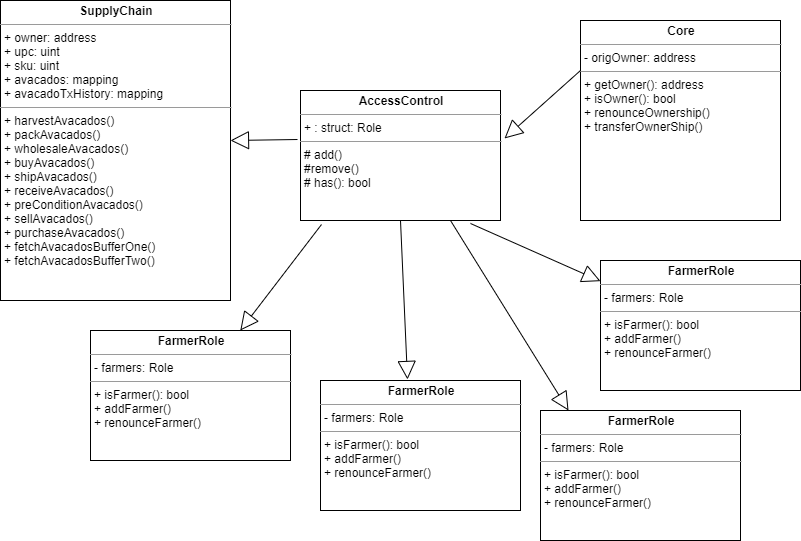
Before: diagrams/ClassDiagram.png, a diagram exported from draw.io (imdad15/SupplyChainDapp). Source tidied: cells renumbered, new cells last; positions are measured from the earlier drawing's top-left corner, leaving out a move shared by most shapes. Its diagram source:
```xml
<mxGraphModel>
  <root>
    <mxCell id="0" />
    <mxCell id="1" parent="0" />
    <mxCell id="2" value="&lt;p style=&quot;margin: 0px ; margin-top: 4px ; text-align: center&quot;&gt;&lt;b&gt;AccessControl&lt;/b&gt;&lt;/p&gt;&lt;hr size=&quot;1&quot;&gt;&lt;p style=&quot;margin: 0px ; margin-left: 4px&quot;&gt;+ : struct: Role&lt;/p&gt;&lt;hr size=&quot;1&quot;&gt;&lt;p style=&quot;margin: 0px ; margin-left: 4px&quot;&gt;# add()&lt;/p&gt;&lt;p style=&quot;margin: 0px ; margin-left: 4px&quot;&gt;#remove()&lt;/p&gt;&lt;p style=&quot;margin: 0px ; margin-left: 4px&quot;&gt;# has(): bool&lt;/p&gt;" style="verticalAlign=top;align=left;overflow=fill;fontSize=12;fontFamily=Helvetica;html=1;" parent="1" vertex="1">
      <mxGeometry x="300" y="90" width="200" height="130" as="geometry" />
    </mxCell>
    <mxCell id="3" value="&lt;p style=&quot;margin: 0px ; margin-top: 4px ; text-align: center&quot;&gt;&lt;b&gt;SupplyChain&lt;/b&gt;&lt;/p&gt;&lt;hr size=&quot;1&quot;&gt;&lt;p style=&quot;margin: 0px ; margin-left: 4px&quot;&gt;+ owner: address&lt;/p&gt;&lt;p style=&quot;margin: 0px ; margin-left: 4px&quot;&gt;+ upc: uint&lt;/p&gt;&lt;p style=&quot;margin: 0px ; margin-left: 4px&quot;&gt;+ sku: uint&lt;/p&gt;&lt;p style=&quot;margin: 0px ; margin-left: 4px&quot;&gt;+ avacados: mapping&lt;/p&gt;&lt;p style=&quot;margin: 0px ; margin-left: 4px&quot;&gt;+ avacadoTxHistory: mapping&lt;/p&gt;&lt;hr size=&quot;1&quot;&gt;&lt;p style=&quot;margin: 0px ; margin-left: 4px&quot;&gt;+ harvestAvacados()&lt;/p&gt;&lt;p style=&quot;margin: 0px ; margin-left: 4px&quot;&gt;+ packAvacados()&lt;/p&gt;&lt;p style=&quot;margin: 0px ; margin-left: 4px&quot;&gt;+ wholesaleAvacados()&lt;/p&gt;&lt;p style=&quot;margin: 0px ; margin-left: 4px&quot;&gt;+ buyAvacados()&lt;/p&gt;&lt;p style=&quot;margin: 0px ; margin-left: 4px&quot;&gt;+ shipAvacados()&lt;/p&gt;&lt;p style=&quot;margin: 0px ; margin-left: 4px&quot;&gt;+ receiveAvacados()&lt;/p&gt;&lt;p style=&quot;margin: 0px ; margin-left: 4px&quot;&gt;+ preConditionAvacados()&lt;/p&gt;&lt;p style=&quot;margin: 0px ; margin-left: 4px&quot;&gt;+ sellAvacados()&lt;/p&gt;&lt;p style=&quot;margin: 0px ; margin-left: 4px&quot;&gt;+ purchaseAvacados()&lt;/p&gt;&lt;p style=&quot;margin: 0px ; margin-left: 4px&quot;&gt;+ fetchAvacadosBufferOne()&lt;/p&gt;&lt;p style=&quot;margin: 0px ; margin-left: 4px&quot;&gt;+ fetchAvacadosBufferTwo()&lt;/p&gt;&lt;p style=&quot;margin: 0px ; margin-left: 4px&quot;&gt;&lt;br&gt;&lt;/p&gt;&lt;p style=&quot;margin: 0px ; margin-left: 4px&quot;&gt;&lt;br&gt;&lt;/p&gt;" style="verticalAlign=top;align=left;overflow=fill;fontSize=12;fontFamily=Helvetica;html=1;" parent="1" vertex="1">
      <mxGeometry width="230" height="300" as="geometry" />
    </mxCell>
    <mxCell id="4" value="&lt;p style=&quot;margin: 0px ; margin-top: 4px ; text-align: center&quot;&gt;&lt;b&gt;Core&lt;/b&gt;&lt;/p&gt;&lt;hr size=&quot;1&quot;&gt;&lt;p style=&quot;margin: 0px ; margin-left: 4px&quot;&gt;- origOwner: address&lt;/p&gt;&lt;hr size=&quot;1&quot;&gt;&lt;p style=&quot;margin: 0px ; margin-left: 4px&quot;&gt;+ getOwner(): address&lt;/p&gt;&lt;p style=&quot;margin: 0px ; margin-left: 4px&quot;&gt;+ isOwner(): bool&lt;/p&gt;&lt;p style=&quot;margin: 0px ; margin-left: 4px&quot;&gt;+ renounceOwnership()&lt;/p&gt;&lt;p style=&quot;margin: 0px ; margin-left: 4px&quot;&gt;+ transferOwnerShip()&lt;/p&gt;" style="verticalAlign=top;align=left;overflow=fill;fontSize=12;fontFamily=Helvetica;html=1;" parent="1" vertex="1">
      <mxGeometry x="580" y="20" width="200" height="200" as="geometry" />
    </mxCell>
    <mxCell id="5" style="endArrow=block;endSize=16;endFill=0;html=1;exitX=0;exitY=0.25;exitDx=0;exitDy=0;entryX=1.015;entryY=0.369;entryDx=0;entryDy=0;entryPerimeter=0;" parent="1" edge="1" source="4">
      <mxGeometry x="-0.08" y="71" relative="1" as="geometry">
        <mxPoint x="504" y="138" as="targetPoint" />
      </mxGeometry>
    </mxCell>
    <mxCell id="6" style="endArrow=block;endSize=16;endFill=0;html=1;exitX=-0.015;exitY=0.377;exitDx=0;exitDy=0;entryX=1.015;entryY=0.369;entryDx=0;entryDy=0;entryPerimeter=0;exitPerimeter=0;" parent="1" edge="1" source="2">
      <mxGeometry x="-0.08" y="71" relative="1" as="geometry">
        <mxPoint x="230" y="140" as="targetPoint" />
      </mxGeometry>
    </mxCell>
    <mxCell id="7" value="&lt;p style=&quot;margin: 0px ; margin-top: 4px ; text-align: center&quot;&gt;&lt;b&gt;FarmerRole&lt;/b&gt;&lt;/p&gt;&lt;hr size=&quot;1&quot;&gt;&lt;p style=&quot;margin: 0px ; margin-left: 4px&quot;&gt;- farmers: Role&lt;/p&gt;&lt;hr size=&quot;1&quot;&gt;&lt;p style=&quot;margin: 0px ; margin-left: 4px&quot;&gt;+ isFarmer(): bool&lt;/p&gt;&lt;p style=&quot;margin: 0px ; margin-left: 4px&quot;&gt;+ addFarmer()&lt;/p&gt;&lt;p style=&quot;margin: 0px ; margin-left: 4px&quot;&gt;+ renounceFarmer()&lt;/p&gt;" style="verticalAlign=top;align=left;overflow=fill;fontSize=12;fontFamily=Helvetica;html=1;" parent="1" vertex="1">
      <mxGeometry x="90" y="330" width="200" height="130" as="geometry" />
    </mxCell>
    <mxCell id="8" value="&lt;p style=&quot;margin: 0px ; margin-top: 4px ; text-align: center&quot;&gt;&lt;b&gt;FarmerRole&lt;/b&gt;&lt;/p&gt;&lt;hr size=&quot;1&quot;&gt;&lt;p style=&quot;margin: 0px ; margin-left: 4px&quot;&gt;- farmers: Role&lt;/p&gt;&lt;hr size=&quot;1&quot;&gt;&lt;p style=&quot;margin: 0px ; margin-left: 4px&quot;&gt;+ isFarmer(): bool&lt;/p&gt;&lt;p style=&quot;margin: 0px ; margin-left: 4px&quot;&gt;+ addFarmer()&lt;/p&gt;&lt;p style=&quot;margin: 0px ; margin-left: 4px&quot;&gt;+ renounceFarmer()&lt;/p&gt;" style="verticalAlign=top;align=left;overflow=fill;fontSize=12;fontFamily=Helvetica;html=1;" parent="1" vertex="1">
      <mxGeometry x="320" y="380" width="200" height="130" as="geometry" />
    </mxCell>
    <mxCell id="9" value="&lt;p style=&quot;margin: 0px ; margin-top: 4px ; text-align: center&quot;&gt;&lt;b&gt;FarmerRole&lt;/b&gt;&lt;/p&gt;&lt;hr size=&quot;1&quot;&gt;&lt;p style=&quot;margin: 0px ; margin-left: 4px&quot;&gt;- farmers: Role&lt;/p&gt;&lt;hr size=&quot;1&quot;&gt;&lt;p style=&quot;margin: 0px ; margin-left: 4px&quot;&gt;+ isFarmer(): bool&lt;/p&gt;&lt;p style=&quot;margin: 0px ; margin-left: 4px&quot;&gt;+ addFarmer()&lt;/p&gt;&lt;p style=&quot;margin: 0px ; margin-left: 4px&quot;&gt;+ renounceFarmer()&lt;/p&gt;" style="verticalAlign=top;align=left;overflow=fill;fontSize=12;fontFamily=Helvetica;html=1;" parent="1" vertex="1">
      <mxGeometry x="540" y="410" width="200" height="130" as="geometry" />
    </mxCell>
    <mxCell id="10" value="&lt;p style=&quot;margin: 0px ; margin-top: 4px ; text-align: center&quot;&gt;&lt;b&gt;FarmerRole&lt;/b&gt;&lt;/p&gt;&lt;hr size=&quot;1&quot;&gt;&lt;p style=&quot;margin: 0px ; margin-left: 4px&quot;&gt;- farmers: Role&lt;/p&gt;&lt;hr size=&quot;1&quot;&gt;&lt;p style=&quot;margin: 0px ; margin-left: 4px&quot;&gt;+ isFarmer(): bool&lt;/p&gt;&lt;p style=&quot;margin: 0px ; margin-left: 4px&quot;&gt;+ addFarmer()&lt;/p&gt;&lt;p style=&quot;margin: 0px ; margin-left: 4px&quot;&gt;+ renounceFarmer()&lt;/p&gt;" style="verticalAlign=top;align=left;overflow=fill;fontSize=12;fontFamily=Helvetica;html=1;" parent="1" vertex="1">
      <mxGeometry x="600" y="260" width="200" height="130" as="geometry" />
    </mxCell>
    <mxCell id="11" style="endArrow=block;endSize=16;endFill=0;html=1;exitX=0.105;exitY=1.031;exitDx=0;exitDy=0;exitPerimeter=0;" parent="1" edge="1" source="2" target="7">
      <mxGeometry x="-0.08" y="71" relative="1" as="geometry" />
    </mxCell>
    <mxCell id="12" style="endArrow=block;endSize=16;endFill=0;html=1;exitX=0.5;exitY=1;exitDx=0;exitDy=0;entryX=0.435;entryY=-0.008;entryDx=0;entryDy=0;entryPerimeter=0;" parent="1" edge="1" source="2" target="8">
      <mxGeometry x="-0.08" y="71" relative="1" as="geometry" />
    </mxCell>
    <mxCell id="13" style="endArrow=block;endSize=16;endFill=0;html=1;exitX=0.75;exitY=1;exitDx=0;exitDy=0;entryX=0.14;entryY=0;entryDx=0;entryDy=0;entryPerimeter=0;" parent="1" edge="1" source="2" target="9">
      <mxGeometry x="-0.08" y="71" relative="1" as="geometry" />
    </mxCell>
    <mxCell id="14" style="endArrow=block;endSize=16;endFill=0;html=1;exitX=0.85;exitY=1.023;exitDx=0;exitDy=0;exitPerimeter=0;" parent="1" edge="1" source="2" target="10">
      <mxGeometry x="-0.08" y="71" relative="1" as="geometry" />
    </mxCell>
  </root>
</mxGraphModel>
```
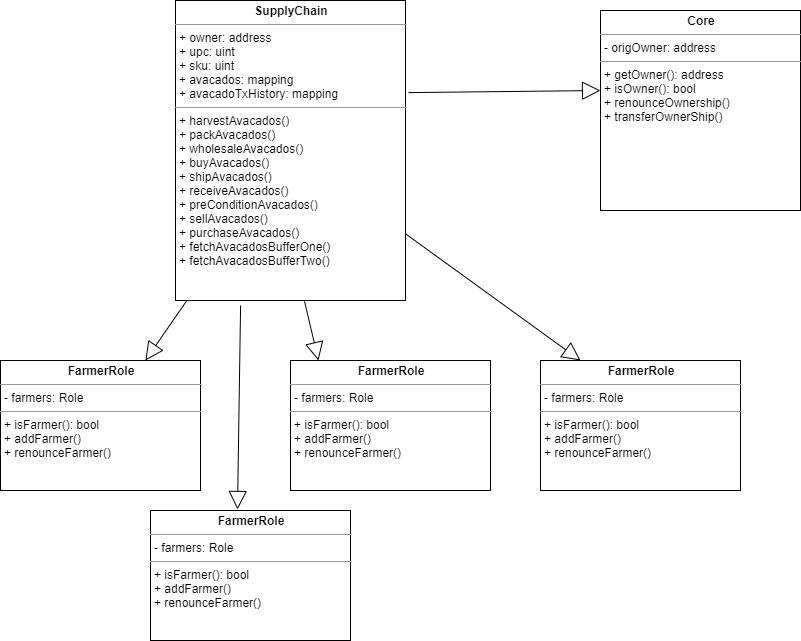
Later version of the same file.

Commit message:
Remove Ownable from accesscontrol contracts

The edit, as a diff of the source:
```diff
@@ -2,48 +2,40 @@
   <root>
     <mxCell id="0" />
     <mxCell id="1" parent="0" />
-    <mxCell id="2" value="&lt;p style=&quot;margin: 0px ; margin-top: 4px ; text-align: center&quot;&gt;&lt;b&gt;AccessControl&lt;/b&gt;&lt;/p&gt;&lt;hr size=&quot;1&quot;&gt;&lt;p style=&quot;margin: 0px ; margin-left: 4px&quot;&gt;+ : struct: Role&lt;/p&gt;&lt;hr size=&quot;1&quot;&gt;&lt;p style=&quot;margin: 0px ; margin-left: 4px&quot;&gt;# add()&lt;/p&gt;&lt;p style=&quot;margin: 0px ; margin-left: 4px&quot;&gt;#remove()&lt;/p&gt;&lt;p style=&quot;margin: 0px ; margin-left: 4px&quot;&gt;# has(): bool&lt;/p&gt;" style="verticalAlign=top;align=left;overflow=fill;fontSize=12;fontFamily=Helvetica;html=1;" parent="1" vertex="1">
-      <mxGeometry x="300" y="90" width="200" height="130" as="geometry" />
-    </mxCell>
     <mxCell id="3" value="&lt;p style=&quot;margin: 0px ; margin-top: 4px ; text-align: center&quot;&gt;&lt;b&gt;SupplyChain&lt;/b&gt;&lt;/p&gt;&lt;hr size=&quot;1&quot;&gt;&lt;p style=&quot;margin: 0px ; margin-left: 4px&quot;&gt;+ owner: address&lt;/p&gt;&lt;p style=&quot;margin: 0px ; margin-left: 4px&quot;&gt;+ upc: uint&lt;/p&gt;&lt;p style=&quot;margin: 0px ; margin-left: 4px&quot;&gt;+ sku: uint&lt;/p&gt;&lt;p style=&quot;margin: 0px ; margin-left: 4px&quot;&gt;+ avacados: mapping&lt;/p&gt;&lt;p style=&quot;margin: 0px ; margin-left: 4px&quot;&gt;+ avacadoTxHistory: mapping&lt;/p&gt;&lt;hr size=&quot;1&quot;&gt;&lt;p style=&quot;margin: 0px ; margin-left: 4px&quot;&gt;+ harvestAvacados()&lt;/p&gt;&lt;p style=&quot;margin: 0px ; margin-left: 4px&quot;&gt;+ packAvacados()&lt;/p&gt;&lt;p style=&quot;margin: 0px ; margin-left: 4px&quot;&gt;+ wholesaleAvacados()&lt;/p&gt;&lt;p style=&quot;margin: 0px ; margin-left: 4px&quot;&gt;+ buyAvacados()&lt;/p&gt;&lt;p style=&quot;margin: 0px ; margin-left: 4px&quot;&gt;+ shipAvacados()&lt;/p&gt;&lt;p style=&quot;margin: 0px ; margin-left: 4px&quot;&gt;+ receiveAvacados()&lt;/p&gt;&lt;p style=&quot;margin: 0px ; margin-left: 4px&quot;&gt;+ preConditionAvacados()&lt;/p&gt;&lt;p style=&quot;margin: 0px ; margin-left: 4px&quot;&gt;+ sellAvacados()&lt;/p&gt;&lt;p style=&quot;margin: 0px ; margin-left: 4px&quot;&gt;+ purchaseAvacados()&lt;/p&gt;&lt;p style=&quot;margin: 0px ; margin-left: 4px&quot;&gt;+ fetchAvacadosBufferOne()&lt;/p&gt;&lt;p style=&quot;margin: 0px ; margin-left: 4px&quot;&gt;+ fetchAvacadosBufferTwo()&lt;/p&gt;&lt;p style=&quot;margin: 0px ; margin-left: 4px&quot;&gt;&lt;br&gt;&lt;/p&gt;&lt;p style=&quot;margin: 0px ; margin-left: 4px&quot;&gt;&lt;br&gt;&lt;/p&gt;" style="verticalAlign=top;align=left;overflow=fill;fontSize=12;fontFamily=Helvetica;html=1;" parent="1" vertex="1">
-      <mxGeometry width="230" height="300" as="geometry" />
+      <mxGeometry x="155" y="10" width="230" height="300" as="geometry" />
     </mxCell>
     <mxCell id="4" value="&lt;p style=&quot;margin: 0px ; margin-top: 4px ; text-align: center&quot;&gt;&lt;b&gt;Core&lt;/b&gt;&lt;/p&gt;&lt;hr size=&quot;1&quot;&gt;&lt;p style=&quot;margin: 0px ; margin-left: 4px&quot;&gt;- origOwner: address&lt;/p&gt;&lt;hr size=&quot;1&quot;&gt;&lt;p style=&quot;margin: 0px ; margin-left: 4px&quot;&gt;+ getOwner(): address&lt;/p&gt;&lt;p style=&quot;margin: 0px ; margin-left: 4px&quot;&gt;+ isOwner(): bool&lt;/p&gt;&lt;p style=&quot;margin: 0px ; margin-left: 4px&quot;&gt;+ renounceOwnership()&lt;/p&gt;&lt;p style=&quot;margin: 0px ; margin-left: 4px&quot;&gt;+ transferOwnerShip()&lt;/p&gt;" style="verticalAlign=top;align=left;overflow=fill;fontSize=12;fontFamily=Helvetica;html=1;" parent="1" vertex="1">
       <mxGeometry x="580" y="20" width="200" height="200" as="geometry" />
     </mxCell>
-    <mxCell id="5" style="endArrow=block;endSize=16;endFill=0;html=1;exitX=0;exitY=0.25;exitDx=0;exitDy=0;entryX=1.015;entryY=0.369;entryDx=0;entryDy=0;entryPerimeter=0;" parent="1" edge="1" source="4">
-      <mxGeometry x="-0.08" y="71" relative="1" as="geometry">
-        <mxPoint x="504" y="138" as="targetPoint" />
-      </mxGeometry>
+    <mxCell id="5" style="endArrow=block;endSize=16;endFill=0;html=1;exitX=1.013;exitY=0.307;exitDx=0;exitDy=0;entryX=0;entryY=0.4;entryDx=0;entryDy=0;entryPerimeter=0;exitPerimeter=0;" parent="1" edge="1" source="3" target="4">
+      <mxGeometry x="-0.08" y="71" relative="1" as="geometry" />
     </mxCell>
-    <mxCell id="6" style="endArrow=block;endSize=16;endFill=0;html=1;exitX=-0.015;exitY=0.377;exitDx=0;exitDy=0;entryX=1.015;entryY=0.369;entryDx=0;entryDy=0;entryPerimeter=0;exitPerimeter=0;" parent="1" edge="1" source="2">
-      <mxGeometry x="-0.08" y="71" relative="1" as="geometry">
-        <mxPoint x="230" y="140" as="targetPoint" />
-      </mxGeometry>
-    </mxCell>
     <mxCell id="7" value="&lt;p style=&quot;margin: 0px ; margin-top: 4px ; text-align: center&quot;&gt;&lt;b&gt;FarmerRole&lt;/b&gt;&lt;/p&gt;&lt;hr size=&quot;1&quot;&gt;&lt;p style=&quot;margin: 0px ; margin-left: 4px&quot;&gt;- farmers: Role&lt;/p&gt;&lt;hr size=&quot;1&quot;&gt;&lt;p style=&quot;margin: 0px ; margin-left: 4px&quot;&gt;+ isFarmer(): bool&lt;/p&gt;&lt;p style=&quot;margin: 0px ; margin-left: 4px&quot;&gt;+ addFarmer()&lt;/p&gt;&lt;p style=&quot;margin: 0px ; margin-left: 4px&quot;&gt;+ renounceFarmer()&lt;/p&gt;" style="verticalAlign=top;align=left;overflow=fill;fontSize=12;fontFamily=Helvetica;html=1;" parent="1" vertex="1">
-      <mxGeometry x="90" y="330" width="200" height="130" as="geometry" />
+      <mxGeometry x="-20" y="370" width="200" height="130" as="geometry" />
     </mxCell>
     <mxCell id="8" value="&lt;p style=&quot;margin: 0px ; margin-top: 4px ; text-align: center&quot;&gt;&lt;b&gt;FarmerRole&lt;/b&gt;&lt;/p&gt;&lt;hr size=&quot;1&quot;&gt;&lt;p style=&quot;margin: 0px ; margin-left: 4px&quot;&gt;- farmers: Role&lt;/p&gt;&lt;hr size=&quot;1&quot;&gt;&lt;p style=&quot;margin: 0px ; margin-left: 4px&quot;&gt;+ isFarmer(): bool&lt;/p&gt;&lt;p style=&quot;margin: 0px ; margin-left: 4px&quot;&gt;+ addFarmer()&lt;/p&gt;&lt;p style=&quot;margin: 0px ; margin-left: 4px&quot;&gt;+ renounceFarmer()&lt;/p&gt;" style="verticalAlign=top;align=left;overflow=fill;fontSize=12;fontFamily=Helvetica;html=1;" parent="1" vertex="1">
-      <mxGeometry x="320" y="380" width="200" height="130" as="geometry" />
+      <mxGeometry x="130" y="520" width="200" height="130" as="geometry" />
     </mxCell>
     <mxCell id="9" value="&lt;p style=&quot;margin: 0px ; margin-top: 4px ; text-align: center&quot;&gt;&lt;b&gt;FarmerRole&lt;/b&gt;&lt;/p&gt;&lt;hr size=&quot;1&quot;&gt;&lt;p style=&quot;margin: 0px ; margin-left: 4px&quot;&gt;- farmers: Role&lt;/p&gt;&lt;hr size=&quot;1&quot;&gt;&lt;p style=&quot;margin: 0px ; margin-left: 4px&quot;&gt;+ isFarmer(): bool&lt;/p&gt;&lt;p style=&quot;margin: 0px ; margin-left: 4px&quot;&gt;+ addFarmer()&lt;/p&gt;&lt;p style=&quot;margin: 0px ; margin-left: 4px&quot;&gt;+ renounceFarmer()&lt;/p&gt;" style="verticalAlign=top;align=left;overflow=fill;fontSize=12;fontFamily=Helvetica;html=1;" parent="1" vertex="1">
-      <mxGeometry x="540" y="410" width="200" height="130" as="geometry" />
+      <mxGeometry x="270" y="370" width="200" height="130" as="geometry" />
     </mxCell>
     <mxCell id="10" value="&lt;p style=&quot;margin: 0px ; margin-top: 4px ; text-align: center&quot;&gt;&lt;b&gt;FarmerRole&lt;/b&gt;&lt;/p&gt;&lt;hr size=&quot;1&quot;&gt;&lt;p style=&quot;margin: 0px ; margin-left: 4px&quot;&gt;- farmers: Role&lt;/p&gt;&lt;hr size=&quot;1&quot;&gt;&lt;p style=&quot;margin: 0px ; margin-left: 4px&quot;&gt;+ isFarmer(): bool&lt;/p&gt;&lt;p style=&quot;margin: 0px ; margin-left: 4px&quot;&gt;+ addFarmer()&lt;/p&gt;&lt;p style=&quot;margin: 0px ; margin-left: 4px&quot;&gt;+ renounceFarmer()&lt;/p&gt;" style="verticalAlign=top;align=left;overflow=fill;fontSize=12;fontFamily=Helvetica;html=1;" parent="1" vertex="1">
-      <mxGeometry x="600" y="260" width="200" height="130" as="geometry" />
+      <mxGeometry x="520" y="370" width="200" height="130" as="geometry" />
     </mxCell>
-    <mxCell id="11" style="endArrow=block;endSize=16;endFill=0;html=1;exitX=0.105;exitY=1.031;exitDx=0;exitDy=0;exitPerimeter=0;" parent="1" edge="1" source="2" target="7">
+    <mxCell id="11" style="endArrow=block;endSize=16;endFill=0;html=1;" parent="1" edge="1" source="3" target="7">
       <mxGeometry x="-0.08" y="71" relative="1" as="geometry" />
     </mxCell>
-    <mxCell id="12" style="endArrow=block;endSize=16;endFill=0;html=1;exitX=0.5;exitY=1;exitDx=0;exitDy=0;entryX=0.435;entryY=-0.008;entryDx=0;entryDy=0;entryPerimeter=0;" parent="1" edge="1" source="2" target="8">
+    <mxCell id="12" style="endArrow=block;endSize=16;endFill=0;html=1;exitX=0.283;exitY=1.017;exitDx=0;exitDy=0;entryX=0.435;entryY=-0.008;entryDx=0;entryDy=0;entryPerimeter=0;exitPerimeter=0;" parent="1" edge="1" source="3" target="8">
       <mxGeometry x="-0.08" y="71" relative="1" as="geometry" />
     </mxCell>
-    <mxCell id="13" style="endArrow=block;endSize=16;endFill=0;html=1;exitX=0.75;exitY=1;exitDx=0;exitDy=0;entryX=0.14;entryY=0;entryDx=0;entryDy=0;entryPerimeter=0;" parent="1" edge="1" source="2" target="9">
+    <mxCell id="13" style="endArrow=block;endSize=16;endFill=0;html=1;exitX=0.561;exitY=1.003;exitDx=0;exitDy=0;entryX=0.14;entryY=0;entryDx=0;entryDy=0;entryPerimeter=0;exitPerimeter=0;" parent="1" edge="1" source="3" target="9">
       <mxGeometry x="-0.08" y="71" relative="1" as="geometry" />
     </mxCell>
-    <mxCell id="14" style="endArrow=block;endSize=16;endFill=0;html=1;exitX=0.85;exitY=1.023;exitDx=0;exitDy=0;exitPerimeter=0;" parent="1" edge="1" source="2" target="10">
-      <mxGeometry x="-0.08" y="71" relative="1" as="geometry" />
+    <mxCell id="14" style="endArrow=block;endSize=16;endFill=0;html=1;" parent="1" edge="1" source="3">
+      <mxGeometry x="-0.08" y="71" relative="1" as="geometry">
+        <mxPoint x="560" y="370" as="targetPoint" />
+      </mxGeometry>
     </mxCell>
   </root>
 </mxGraphModel>
```
